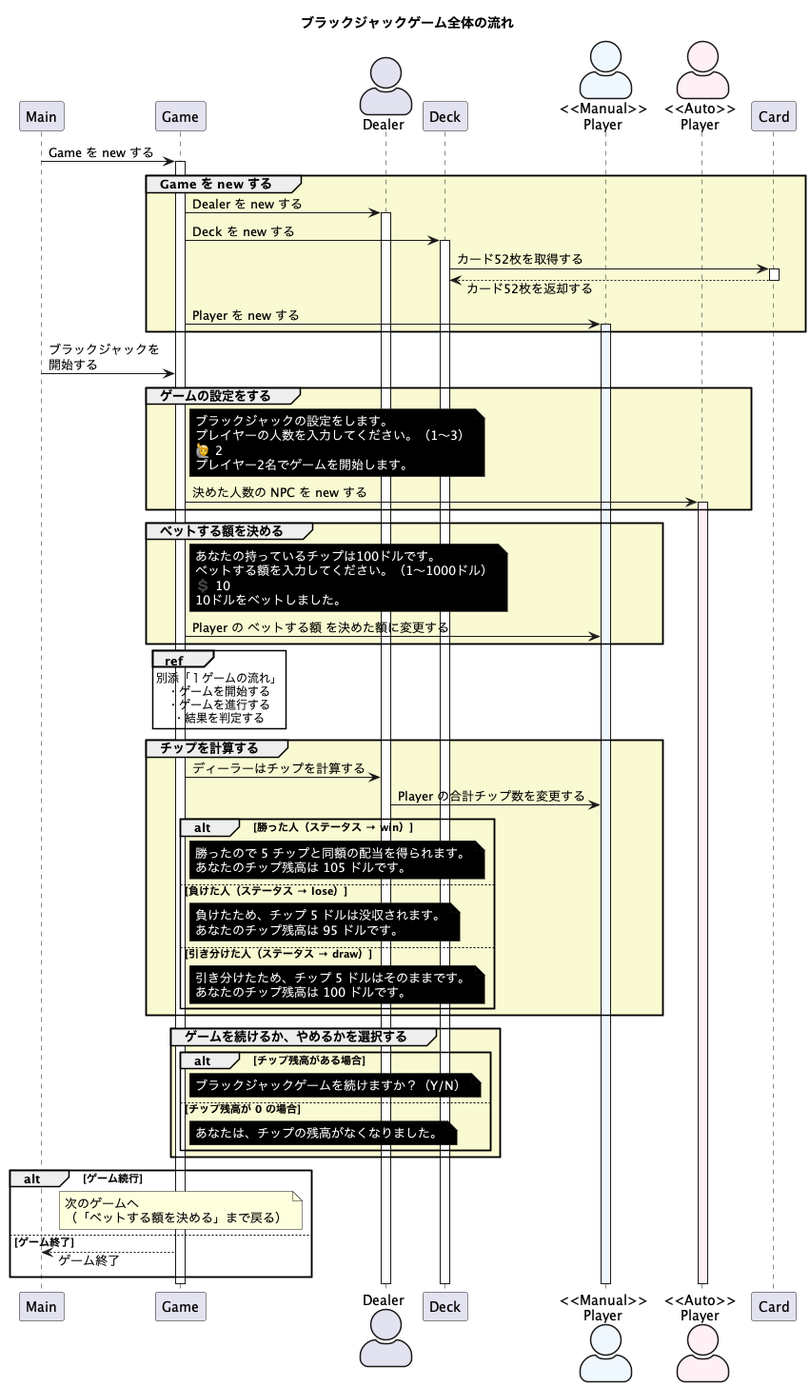
The PlantUML diagram out/docs/sequence/Blackjack.png in ryamate/php-oop-cli-blackjack, before a commit.
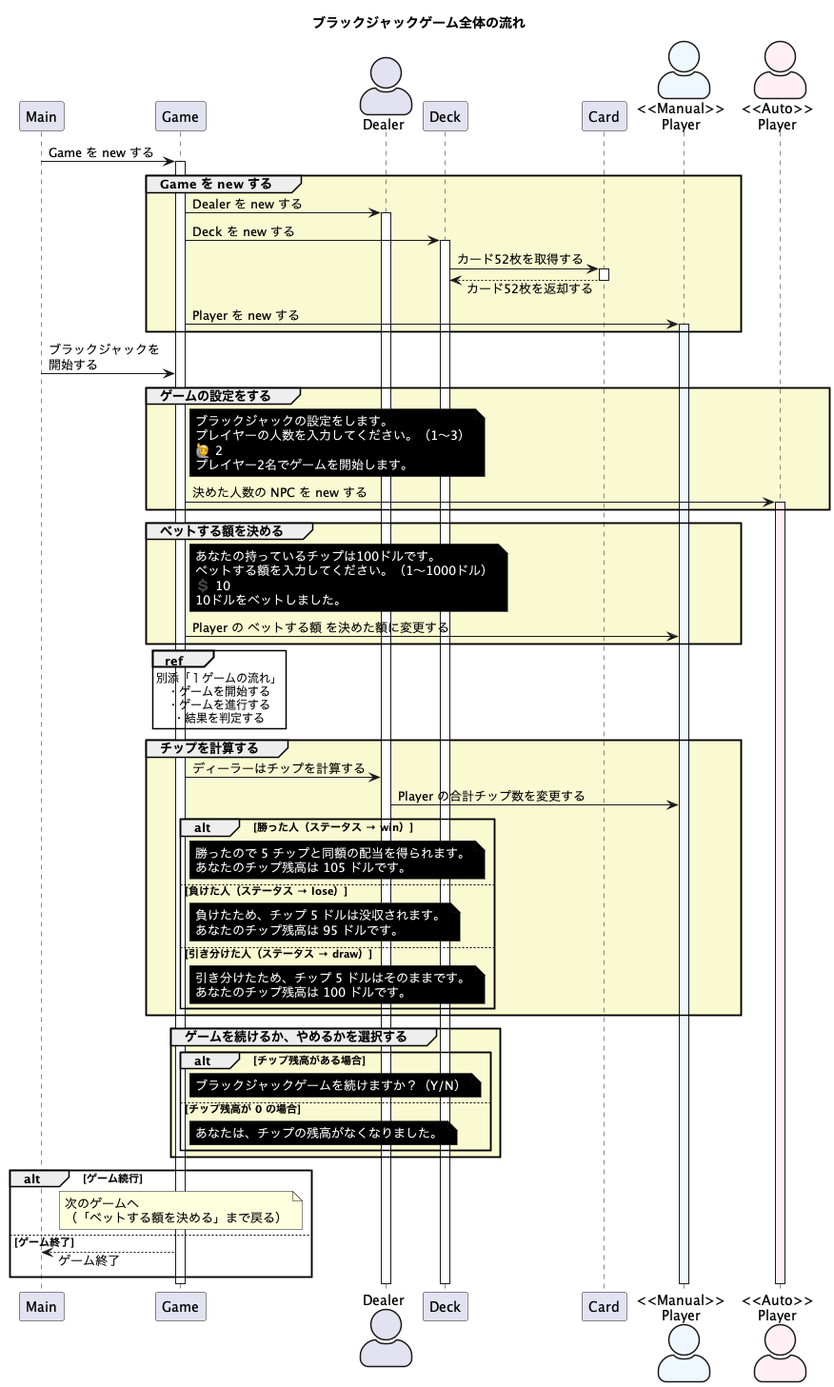
The same file after the commit.

What changed in the source:
```diff
@@ -9,9 +9,9 @@
 participant Game order 20
 actor Dealer order 30
 participant Deck order 40
-actor "<<Manual>>\nPlayer" as mp order 50 #AliceBlue
-actor "<<Auto>>\nPlayer" as ap order 60 #LavenderBlush
-participant Card order 70
+participant Card order 50
+actor "<<Manual>>\nPlayer" as mp order 60 #AliceBlue
+actor "<<Auto>>\nPlayer" as ap order 70 #LavenderBlush
 
 Main -> Game : Game を new する
 
```
